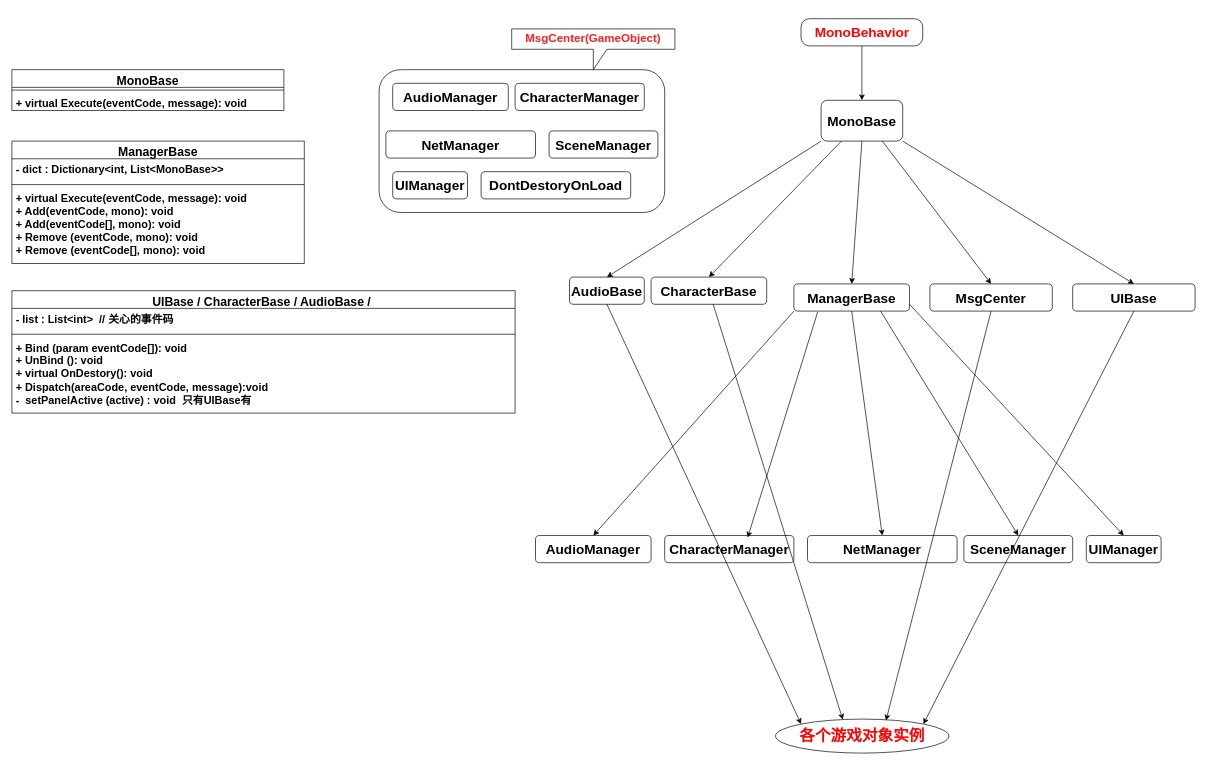
Earlier version of the draw.io diagram 网络斗地主.drawio (chhelloworld/DrawRepository). Source tidied: cells renumbered, new cells numbered last; positions are measured from the earlier drawing's top-left corner, leaving out a move shared by most shapes. Both pictures are drawn from the tidied source at 68%, with x=0, y=0 at pixel (12, 18).
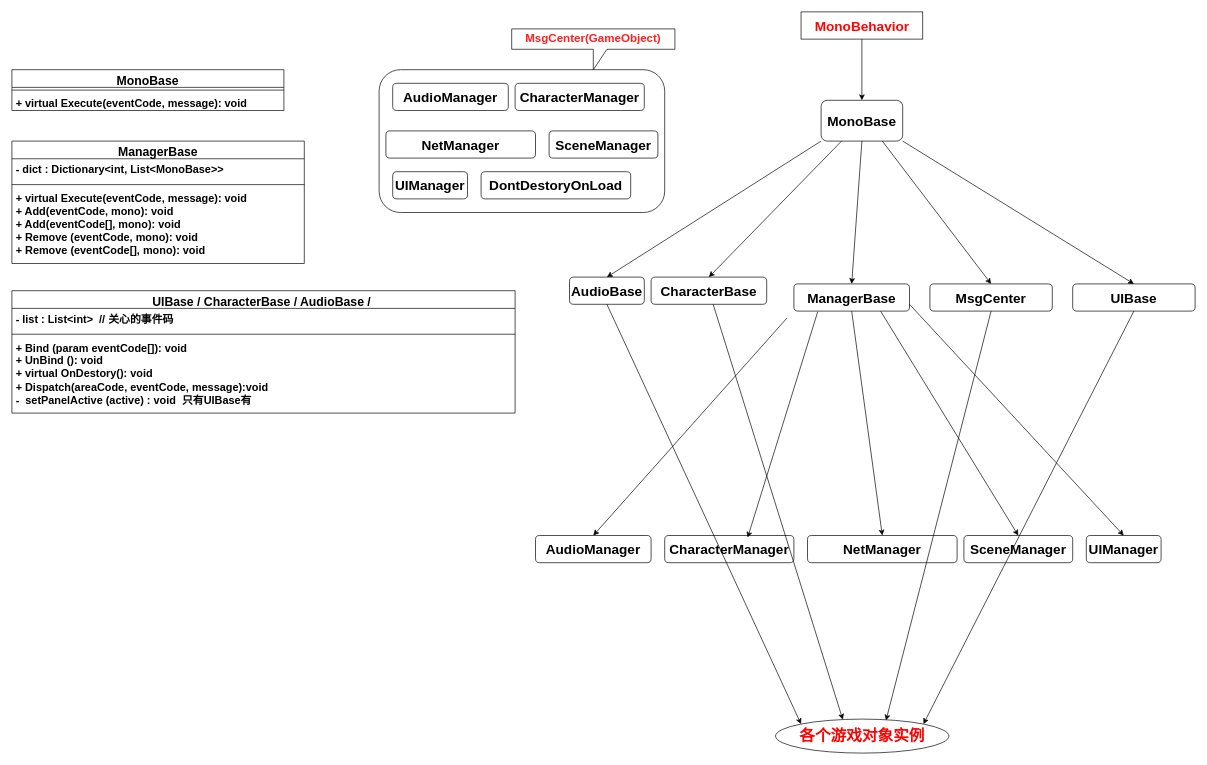
The same page after the edit.

Commit message:
更新网络斗地主.drawio

Unchanged cells that the change refers to:
```xml
<mxCell id="9" value="&lt;b style=&quot;font-size: 20px;&quot;&gt;ManagerBase&lt;/b&gt;" style="rounded=1;whiteSpace=wrap;html=1;" parent="1" vertex="1">
  <mxGeometry x="1150" y="390" width="170" height="40" as="geometry" />
</mxCell>
<mxCell id="17" value="&lt;b style=&quot;font-size: 20px;&quot;&gt;AudioManager&lt;/b&gt;" style="rounded=1;whiteSpace=wrap;html=1;" parent="1" vertex="1">
  <mxGeometry x="770" y="760" width="170" height="40" as="geometry" />
</mxCell>
```

Diff of the diagram source:
```diff
@@
-    <mxCell id="3" value="&lt;font size=&quot;1&quot; color=&quot;#ff0303&quot; style=&quot;&quot;&gt;&lt;b style=&quot;font-size: 20px;&quot;&gt;MonoBehavior&lt;/b&gt;&lt;/font&gt;" style="rounded=1;whiteSpace=wrap;html=1;arcSize=31;" parent="1" vertex="1">
-      <mxGeometry x="1160.5" width="179" height="40" as="geometry" />
+    <mxCell id="3" value="&lt;font size=&quot;1&quot; color=&quot;#ff0303&quot; style=&quot;&quot;&gt;&lt;b style=&quot;font-size: 20px;&quot;&gt;MonoBehavior&lt;/b&gt;&lt;/font&gt;" style="rounded=1;whiteSpace=wrap;html=1;arcSize=0;" parent="1" vertex="1">
+      <mxGeometry x="1160.5" y="-10" width="179" height="40" as="geometry" />
     </mxCell>
@@
-    <mxCell id="22" style="endArrow=classic;html=1;rounded=0;exitX=0;exitY=1;exitDx=0;exitDy=0;entryX=0.5;entryY=0;entryDx=0;entryDy=0;" parent="1" edge="1" source="9" target="17">
-      <mxGeometry relative="1" as="geometry" />
+    <mxCell id="22" style="endArrow=classic;html=1;rounded=0;entryX=0.5;entryY=0;entryDx=0;entryDy=0;" parent="1" edge="1" target="17">
+      <mxGeometry relative="1" as="geometry">
+        <mxPoint x="1140" y="440" as="sourcePoint" />
+      </mxGeometry>
     </mxCell>
```
